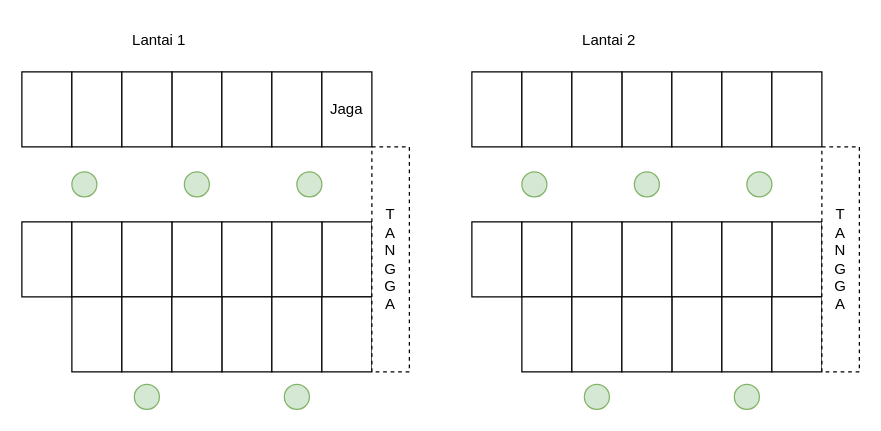
The draw.io diagram page "Site 3" (3 of 3) of Mapping & Topologi Kos Bu Nia.drawio in hnkzf/topologi-site, before the edit. Source tidied: cells renumbered, new cells numbered last; positions are measured from the earlier drawing's top-left corner, leaving out a move shared by most shapes. Both pictures are drawn from the tidied source at 125%, with x=0, y=0 at pixel (21, 21).
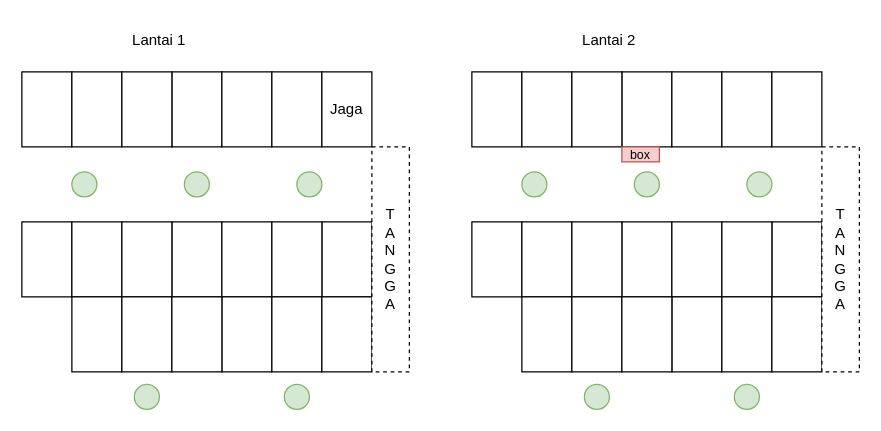
Above is the later version.

Diff of the diagram source:
```diff
@@
+    <mxCell id="56" value="box" style="rounded=0;whiteSpace=wrap;html=1;fillColor=#f8cecc;strokeColor=#b85450;fontSize=10;" parent="1" vertex="1">
+      <mxGeometry x="480" y="100" width="30" height="12" as="geometry" />
+    </mxCell>
```
